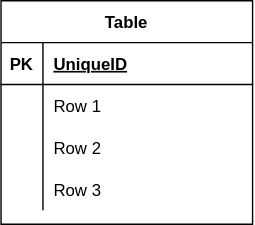
Before: Db-University.svg, a diagram exported from draw.io (Jomm95/db-university). Source tidied: cells renumbered, new cells last; positions are measured from the earlier drawing's top-left corner, leaving out a move shared by most shapes. Its diagram source:
```xml
<mxGraphModel>
  <root>
    <mxCell id="0" />
    <mxCell id="1" parent="0" />
    <mxCell id="2" value="Table" style="shape=table;startSize=30;rowLines=0;fontStyle=1;align=center;" parent="1" vertex="1">
      <mxGeometry width="180" height="160" as="geometry" />
    </mxCell>
    <mxCell id="3" style="shape=tableRow;horizontal=0;startSize=0;swimlaneHead=0;swimlaneBody=0;fillColor=none;top=0;left=0;right=0;bottom=1;" parent="2" vertex="1">
      <mxGeometry y="30" width="180" height="30" as="geometry" />
    </mxCell>
    <mxCell id="4" value="PK" style="shape=partialRectangle;fillColor=none;top=0;left=0;bottom=0;right=0;fontStyle=1;overflow=hidden;" parent="3" vertex="1">
      <mxGeometry width="30" height="30" as="geometry" />
    </mxCell>
    <mxCell id="5" value="UniqueID" style="shape=partialRectangle;fillColor=none;top=0;left=0;bottom=0;right=0;align=left;spacingLeft=6;fontStyle=5;overflow=hidden;" parent="3" vertex="1">
      <mxGeometry x="30" width="150" height="30" as="geometry" />
    </mxCell>
    <mxCell id="6" style="shape=tableRow;horizontal=0;startSize=0;swimlaneHead=0;swimlaneBody=0;fillColor=none;top=0;left=0;right=0;bottom=0;" parent="2" vertex="1">
      <mxGeometry y="60" width="180" height="30" as="geometry" />
    </mxCell>
    <mxCell id="7" style="shape=partialRectangle;fillColor=none;top=0;left=0;bottom=0;right=0;overflow=hidden;" parent="6" vertex="1">
      <mxGeometry width="30" height="30" as="geometry" />
    </mxCell>
    <mxCell id="8" value="Row 1" style="shape=partialRectangle;fillColor=none;top=0;left=0;bottom=0;right=0;align=left;spacingLeft=6;overflow=hidden;" parent="6" vertex="1">
      <mxGeometry x="30" width="150" height="30" as="geometry" />
    </mxCell>
    <mxCell id="9" style="shape=tableRow;horizontal=0;startSize=0;swimlaneHead=0;swimlaneBody=0;fillColor=none;top=0;left=0;right=0;bottom=0;" parent="2" vertex="1">
      <mxGeometry y="90" width="180" height="30" as="geometry" />
    </mxCell>
    <mxCell id="10" style="shape=partialRectangle;fillColor=none;top=0;left=0;bottom=0;right=0;overflow=hidden;" parent="9" vertex="1">
      <mxGeometry width="30" height="30" as="geometry" />
    </mxCell>
    <mxCell id="11" value="Row 2" style="shape=partialRectangle;fillColor=none;top=0;left=0;bottom=0;right=0;align=left;spacingLeft=6;overflow=hidden;" parent="9" vertex="1">
      <mxGeometry x="30" width="150" height="30" as="geometry" />
    </mxCell>
    <mxCell id="12" style="shape=tableRow;horizontal=0;startSize=0;swimlaneHead=0;swimlaneBody=0;fillColor=none;top=0;left=0;right=0;bottom=0;" parent="2" vertex="1">
      <mxGeometry y="120" width="180" height="30" as="geometry" />
    </mxCell>
    <mxCell id="13" style="shape=partialRectangle;fillColor=none;top=0;left=0;bottom=0;right=0;overflow=hidden;" parent="12" vertex="1">
      <mxGeometry width="30" height="30" as="geometry" />
    </mxCell>
    <mxCell id="14" value="Row 3" style="shape=partialRectangle;fillColor=none;top=0;left=0;bottom=0;right=0;align=left;spacingLeft=6;overflow=hidden;" parent="12" vertex="1">
      <mxGeometry x="30" width="150" height="30" as="geometry" />
    </mxCell>
  </root>
</mxGraphModel>
```
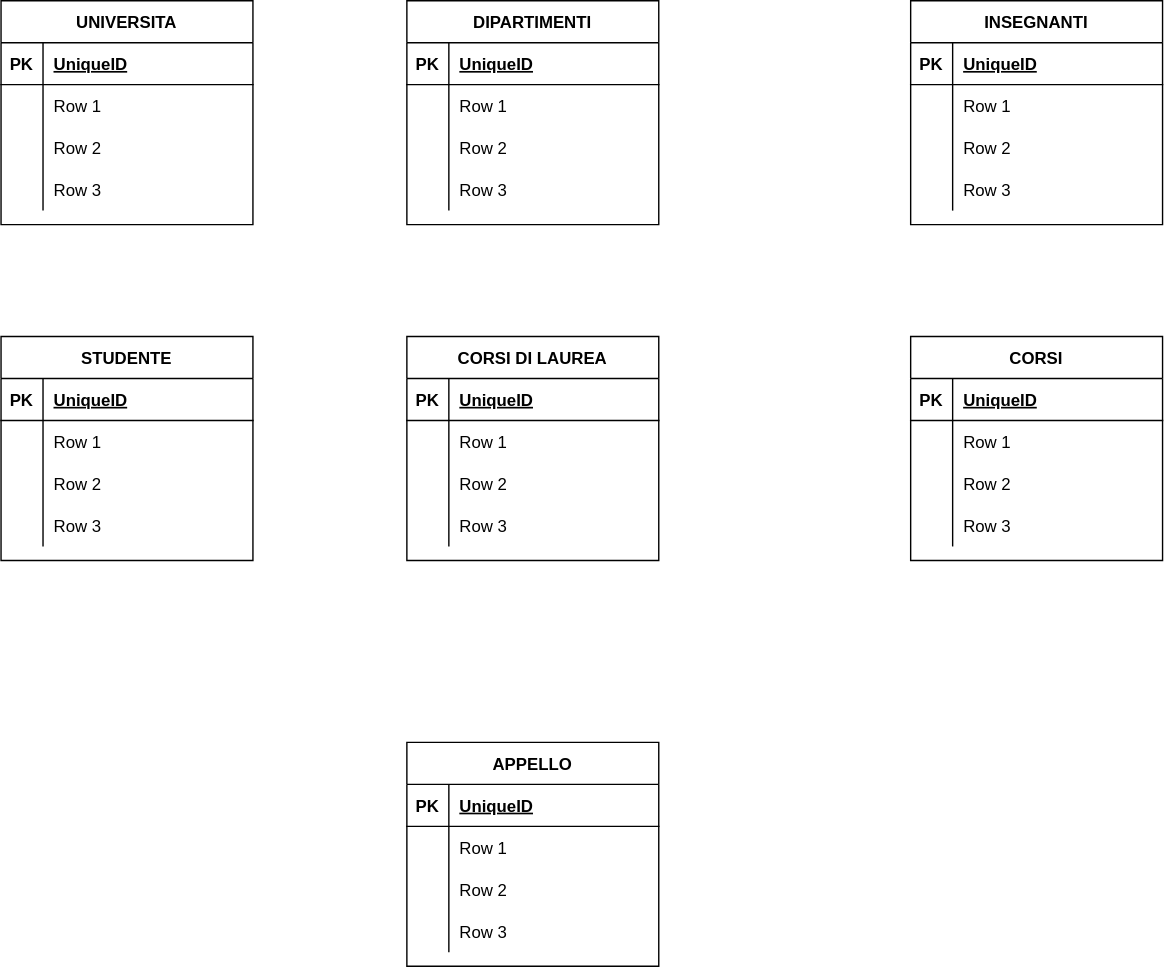
Above is the later version.

The edit, as a diff of the source:
```diff
@@ -2,7 +2,7 @@
   <root>
     <mxCell id="0" />
     <mxCell id="1" parent="0" />
-    <mxCell id="2" value="Table" style="shape=table;startSize=30;rowLines=0;fontStyle=1;align=center;" parent="1" vertex="1">
+    <mxCell id="2" value="CORSI DI LAUREA" style="shape=table;startSize=30;rowLines=0;fontStyle=1;align=center;" parent="1" vertex="1">
       <mxGeometry width="180" height="160" as="geometry" />
     </mxCell>
     <mxCell id="3" style="shape=tableRow;horizontal=0;startSize=0;swimlaneHead=0;swimlaneBody=0;fillColor=none;top=0;left=0;right=0;bottom=1;" parent="2" vertex="1">
@@ -41,5 +41,239 @@
     <mxCell id="14" value="Row 3" style="shape=partialRectangle;fillColor=none;top=0;left=0;bottom=0;right=0;align=left;spacingLeft=6;overflow=hidden;" parent="12" vertex="1">
       <mxGeometry x="30" width="150" height="30" as="geometry" />
     </mxCell>
+    <mxCell id="15" value="DIPARTIMENTI" style="shape=table;startSize=30;rowLines=0;fontStyle=1;align=center;" parent="1" vertex="1">
+      <mxGeometry y="-240" width="180" height="160" as="geometry" />
+    </mxCell>
+    <mxCell id="16" style="shape=tableRow;horizontal=0;startSize=0;swimlaneHead=0;swimlaneBody=0;fillColor=none;top=0;left=0;right=0;bottom=1;" parent="15" vertex="1">
+      <mxGeometry y="30" width="180" height="30" as="geometry" />
+    </mxCell>
+    <mxCell id="17" value="PK" style="shape=partialRectangle;fillColor=none;top=0;left=0;bottom=0;right=0;fontStyle=1;overflow=hidden;" parent="16" vertex="1">
+      <mxGeometry width="30" height="30" as="geometry" />
+    </mxCell>
+    <mxCell id="18" value="UniqueID" style="shape=partialRectangle;fillColor=none;top=0;left=0;bottom=0;right=0;align=left;spacingLeft=6;fontStyle=5;overflow=hidden;" parent="16" vertex="1">
+      <mxGeometry x="30" width="150" height="30" as="geometry" />
+    </mxCell>
+    <mxCell id="19" style="shape=tableRow;horizontal=0;startSize=0;swimlaneHead=0;swimlaneBody=0;fillColor=none;top=0;left=0;right=0;bottom=0;" parent="15" vertex="1">
+      <mxGeometry y="60" width="180" height="30" as="geometry" />
+    </mxCell>
+    <mxCell id="20" style="shape=partialRectangle;fillColor=none;top=0;left=0;bottom=0;right=0;overflow=hidden;" parent="19" vertex="1">
+      <mxGeometry width="30" height="30" as="geometry" />
+    </mxCell>
+    <mxCell id="21" value="Row 1" style="shape=partialRectangle;fillColor=none;top=0;left=0;bottom=0;right=0;align=left;spacingLeft=6;overflow=hidden;" parent="19" vertex="1">
+      <mxGeometry x="30" width="150" height="30" as="geometry" />
+    </mxCell>
+    <mxCell id="22" style="shape=tableRow;horizontal=0;startSize=0;swimlaneHead=0;swimlaneBody=0;fillColor=none;top=0;left=0;right=0;bottom=0;" parent="15" vertex="1">
+      <mxGeometry y="90" width="180" height="30" as="geometry" />
+    </mxCell>
+    <mxCell id="23" style="shape=partialRectangle;fillColor=none;top=0;left=0;bottom=0;right=0;overflow=hidden;" parent="22" vertex="1">
+      <mxGeometry width="30" height="30" as="geometry" />
+    </mxCell>
+    <mxCell id="24" value="Row 2" style="shape=partialRectangle;fillColor=none;top=0;left=0;bottom=0;right=0;align=left;spacingLeft=6;overflow=hidden;" parent="22" vertex="1">
+      <mxGeometry x="30" width="150" height="30" as="geometry" />
+    </mxCell>
+    <mxCell id="25" style="shape=tableRow;horizontal=0;startSize=0;swimlaneHead=0;swimlaneBody=0;fillColor=none;top=0;left=0;right=0;bottom=0;" parent="15" vertex="1">
+      <mxGeometry y="120" width="180" height="30" as="geometry" />
+    </mxCell>
+    <mxCell id="26" style="shape=partialRectangle;fillColor=none;top=0;left=0;bottom=0;right=0;overflow=hidden;" parent="25" vertex="1">
+      <mxGeometry width="30" height="30" as="geometry" />
+    </mxCell>
+    <mxCell id="27" value="Row 3" style="shape=partialRectangle;fillColor=none;top=0;left=0;bottom=0;right=0;align=left;spacingLeft=6;overflow=hidden;" parent="25" vertex="1">
+      <mxGeometry x="30" width="150" height="30" as="geometry" />
+    </mxCell>
+    <mxCell id="28" value="UNIVERSITA" style="shape=table;startSize=30;rowLines=0;fontStyle=1;align=center;" parent="1" vertex="1">
+      <mxGeometry x="-290" y="-240" width="180" height="160" as="geometry" />
+    </mxCell>
+    <mxCell id="29" style="shape=tableRow;horizontal=0;startSize=0;swimlaneHead=0;swimlaneBody=0;fillColor=none;top=0;left=0;right=0;bottom=1;" parent="28" vertex="1">
+      <mxGeometry y="30" width="180" height="30" as="geometry" />
+    </mxCell>
+    <mxCell id="30" value="PK" style="shape=partialRectangle;fillColor=none;top=0;left=0;bottom=0;right=0;fontStyle=1;overflow=hidden;" parent="29" vertex="1">
+      <mxGeometry width="30" height="30" as="geometry" />
+    </mxCell>
+    <mxCell id="31" value="UniqueID" style="shape=partialRectangle;fillColor=none;top=0;left=0;bottom=0;right=0;align=left;spacingLeft=6;fontStyle=5;overflow=hidden;" parent="29" vertex="1">
+      <mxGeometry x="30" width="150" height="30" as="geometry" />
+    </mxCell>
+    <mxCell id="32" style="shape=tableRow;horizontal=0;startSize=0;swimlaneHead=0;swimlaneBody=0;fillColor=none;top=0;left=0;right=0;bottom=0;" parent="28" vertex="1">
+      <mxGeometry y="60" width="180" height="30" as="geometry" />
+    </mxCell>
+    <mxCell id="33" style="shape=partialRectangle;fillColor=none;top=0;left=0;bottom=0;right=0;overflow=hidden;" parent="32" vertex="1">
+      <mxGeometry width="30" height="30" as="geometry" />
+    </mxCell>
+    <mxCell id="34" value="Row 1" style="shape=partialRectangle;fillColor=none;top=0;left=0;bottom=0;right=0;align=left;spacingLeft=6;overflow=hidden;" parent="32" vertex="1">
+      <mxGeometry x="30" width="150" height="30" as="geometry" />
+    </mxCell>
+    <mxCell id="35" style="shape=tableRow;horizontal=0;startSize=0;swimlaneHead=0;swimlaneBody=0;fillColor=none;top=0;left=0;right=0;bottom=0;" parent="28" vertex="1">
+      <mxGeometry y="90" width="180" height="30" as="geometry" />
+    </mxCell>
+    <mxCell id="36" style="shape=partialRectangle;fillColor=none;top=0;left=0;bottom=0;right=0;overflow=hidden;" parent="35" vertex="1">
+      <mxGeometry width="30" height="30" as="geometry" />
+    </mxCell>
+    <mxCell id="37" value="Row 2" style="shape=partialRectangle;fillColor=none;top=0;left=0;bottom=0;right=0;align=left;spacingLeft=6;overflow=hidden;" parent="35" vertex="1">
+      <mxGeometry x="30" width="150" height="30" as="geometry" />
+    </mxCell>
+    <mxCell id="38" style="shape=tableRow;horizontal=0;startSize=0;swimlaneHead=0;swimlaneBody=0;fillColor=none;top=0;left=0;right=0;bottom=0;" parent="28" vertex="1">
+      <mxGeometry y="120" width="180" height="30" as="geometry" />
+    </mxCell>
+    <mxCell id="39" style="shape=partialRectangle;fillColor=none;top=0;left=0;bottom=0;right=0;overflow=hidden;" parent="38" vertex="1">
+      <mxGeometry width="30" height="30" as="geometry" />
+    </mxCell>
+    <mxCell id="40" value="Row 3" style="shape=partialRectangle;fillColor=none;top=0;left=0;bottom=0;right=0;align=left;spacingLeft=6;overflow=hidden;" parent="38" vertex="1">
+      <mxGeometry x="30" width="150" height="30" as="geometry" />
+    </mxCell>
+    <mxCell id="41" value="CORSI" style="shape=table;startSize=30;rowLines=0;fontStyle=1;align=center;" parent="1" vertex="1">
+      <mxGeometry x="360" width="180" height="160" as="geometry" />
+    </mxCell>
+    <mxCell id="42" style="shape=tableRow;horizontal=0;startSize=0;swimlaneHead=0;swimlaneBody=0;fillColor=none;top=0;left=0;right=0;bottom=1;" parent="41" vertex="1">
+      <mxGeometry y="30" width="180" height="30" as="geometry" />
+    </mxCell>
+    <mxCell id="43" value="PK" style="shape=partialRectangle;fillColor=none;top=0;left=0;bottom=0;right=0;fontStyle=1;overflow=hidden;" parent="42" vertex="1">
+      <mxGeometry width="30" height="30" as="geometry" />
+    </mxCell>
+    <mxCell id="44" value="UniqueID" style="shape=partialRectangle;fillColor=none;top=0;left=0;bottom=0;right=0;align=left;spacingLeft=6;fontStyle=5;overflow=hidden;" parent="42" vertex="1">
+      <mxGeometry x="30" width="150" height="30" as="geometry" />
+    </mxCell>
+    <mxCell id="45" style="shape=tableRow;horizontal=0;startSize=0;swimlaneHead=0;swimlaneBody=0;fillColor=none;top=0;left=0;right=0;bottom=0;" parent="41" vertex="1">
+      <mxGeometry y="60" width="180" height="30" as="geometry" />
+    </mxCell>
+    <mxCell id="46" style="shape=partialRectangle;fillColor=none;top=0;left=0;bottom=0;right=0;overflow=hidden;" parent="45" vertex="1">
+      <mxGeometry width="30" height="30" as="geometry" />
+    </mxCell>
+    <mxCell id="47" value="Row 1" style="shape=partialRectangle;fillColor=none;top=0;left=0;bottom=0;right=0;align=left;spacingLeft=6;overflow=hidden;" parent="45" vertex="1">
+      <mxGeometry x="30" width="150" height="30" as="geometry" />
+    </mxCell>
+    <mxCell id="48" style="shape=tableRow;horizontal=0;startSize=0;swimlaneHead=0;swimlaneBody=0;fillColor=none;top=0;left=0;right=0;bottom=0;" parent="41" vertex="1">
+      <mxGeometry y="90" width="180" height="30" as="geometry" />
+    </mxCell>
+    <mxCell id="49" style="shape=partialRectangle;fillColor=none;top=0;left=0;bottom=0;right=0;overflow=hidden;" parent="48" vertex="1">
+      <mxGeometry width="30" height="30" as="geometry" />
+    </mxCell>
+    <mxCell id="50" value="Row 2" style="shape=partialRectangle;fillColor=none;top=0;left=0;bottom=0;right=0;align=left;spacingLeft=6;overflow=hidden;" parent="48" vertex="1">
+      <mxGeometry x="30" width="150" height="30" as="geometry" />
+    </mxCell>
+    <mxCell id="51" style="shape=tableRow;horizontal=0;startSize=0;swimlaneHead=0;swimlaneBody=0;fillColor=none;top=0;left=0;right=0;bottom=0;" parent="41" vertex="1">
+      <mxGeometry y="120" width="180" height="30" as="geometry" />
+    </mxCell>
+    <mxCell id="52" style="shape=partialRectangle;fillColor=none;top=0;left=0;bottom=0;right=0;overflow=hidden;" parent="51" vertex="1">
+      <mxGeometry width="30" height="30" as="geometry" />
+    </mxCell>
+    <mxCell id="53" value="Row 3" style="shape=partialRectangle;fillColor=none;top=0;left=0;bottom=0;right=0;align=left;spacingLeft=6;overflow=hidden;" parent="51" vertex="1">
+      <mxGeometry x="30" width="150" height="30" as="geometry" />
+    </mxCell>
+    <mxCell id="54" value="INSEGNANTI" style="shape=table;startSize=30;rowLines=0;fontStyle=1;align=center;" parent="1" vertex="1">
+      <mxGeometry x="360" y="-240" width="180" height="160" as="geometry" />
+    </mxCell>
+    <mxCell id="55" style="shape=tableRow;horizontal=0;startSize=0;swimlaneHead=0;swimlaneBody=0;fillColor=none;top=0;left=0;right=0;bottom=1;" parent="54" vertex="1">
+      <mxGeometry y="30" width="180" height="30" as="geometry" />
+    </mxCell>
+    <mxCell id="56" value="PK" style="shape=partialRectangle;fillColor=none;top=0;left=0;bottom=0;right=0;fontStyle=1;overflow=hidden;" parent="55" vertex="1">
+      <mxGeometry width="30" height="30" as="geometry" />
+    </mxCell>
+    <mxCell id="57" value="UniqueID" style="shape=partialRectangle;fillColor=none;top=0;left=0;bottom=0;right=0;align=left;spacingLeft=6;fontStyle=5;overflow=hidden;" parent="55" vertex="1">
+      <mxGeometry x="30" width="150" height="30" as="geometry" />
+    </mxCell>
+    <mxCell id="58" style="shape=tableRow;horizontal=0;startSize=0;swimlaneHead=0;swimlaneBody=0;fillColor=none;top=0;left=0;right=0;bottom=0;" parent="54" vertex="1">
+      <mxGeometry y="60" width="180" height="30" as="geometry" />
+    </mxCell>
+    <mxCell id="59" style="shape=partialRectangle;fillColor=none;top=0;left=0;bottom=0;right=0;overflow=hidden;" parent="58" vertex="1">
+      <mxGeometry width="30" height="30" as="geometry" />
+    </mxCell>
+    <mxCell id="60" value="Row 1" style="shape=partialRectangle;fillColor=none;top=0;left=0;bottom=0;right=0;align=left;spacingLeft=6;overflow=hidden;" parent="58" vertex="1">
+      <mxGeometry x="30" width="150" height="30" as="geometry" />
+    </mxCell>
+    <mxCell id="61" style="shape=tableRow;horizontal=0;startSize=0;swimlaneHead=0;swimlaneBody=0;fillColor=none;top=0;left=0;right=0;bottom=0;" parent="54" vertex="1">
+      <mxGeometry y="90" width="180" height="30" as="geometry" />
+    </mxCell>
+    <mxCell id="62" style="shape=partialRectangle;fillColor=none;top=0;left=0;bottom=0;right=0;overflow=hidden;" parent="61" vertex="1">
+      <mxGeometry width="30" height="30" as="geometry" />
+    </mxCell>
+    <mxCell id="63" value="Row 2" style="shape=partialRectangle;fillColor=none;top=0;left=0;bottom=0;right=0;align=left;spacingLeft=6;overflow=hidden;" parent="61" vertex="1">
+      <mxGeometry x="30" width="150" height="30" as="geometry" />
+    </mxCell>
+    <mxCell id="64" style="shape=tableRow;horizontal=0;startSize=0;swimlaneHead=0;swimlaneBody=0;fillColor=none;top=0;left=0;right=0;bottom=0;" parent="54" vertex="1">
+      <mxGeometry y="120" width="180" height="30" as="geometry" />
+    </mxCell>
+    <mxCell id="65" style="shape=partialRectangle;fillColor=none;top=0;left=0;bottom=0;right=0;overflow=hidden;" parent="64" vertex="1">
+      <mxGeometry width="30" height="30" as="geometry" />
+    </mxCell>
+    <mxCell id="66" value="Row 3" style="shape=partialRectangle;fillColor=none;top=0;left=0;bottom=0;right=0;align=left;spacingLeft=6;overflow=hidden;" parent="64" vertex="1">
+      <mxGeometry x="30" width="150" height="30" as="geometry" />
+    </mxCell>
+    <mxCell id="67" value="STUDENTE" style="shape=table;startSize=30;rowLines=0;fontStyle=1;align=center;" parent="1" vertex="1">
+      <mxGeometry x="-290" width="180" height="160" as="geometry" />
+    </mxCell>
+    <mxCell id="68" style="shape=tableRow;horizontal=0;startSize=0;swimlaneHead=0;swimlaneBody=0;fillColor=none;top=0;left=0;right=0;bottom=1;" parent="67" vertex="1">
+      <mxGeometry y="30" width="180" height="30" as="geometry" />
+    </mxCell>
+    <mxCell id="69" value="PK" style="shape=partialRectangle;fillColor=none;top=0;left=0;bottom=0;right=0;fontStyle=1;overflow=hidden;" parent="68" vertex="1">
+      <mxGeometry width="30" height="30" as="geometry" />
+    </mxCell>
+    <mxCell id="70" value="UniqueID" style="shape=partialRectangle;fillColor=none;top=0;left=0;bottom=0;right=0;align=left;spacingLeft=6;fontStyle=5;overflow=hidden;" parent="68" vertex="1">
+      <mxGeometry x="30" width="150" height="30" as="geometry" />
+    </mxCell>
+    <mxCell id="71" style="shape=tableRow;horizontal=0;startSize=0;swimlaneHead=0;swimlaneBody=0;fillColor=none;top=0;left=0;right=0;bottom=0;" parent="67" vertex="1">
+      <mxGeometry y="60" width="180" height="30" as="geometry" />
+    </mxCell>
+    <mxCell id="72" style="shape=partialRectangle;fillColor=none;top=0;left=0;bottom=0;right=0;overflow=hidden;" parent="71" vertex="1">
+      <mxGeometry width="30" height="30" as="geometry" />
+    </mxCell>
+    <mxCell id="73" value="Row 1" style="shape=partialRectangle;fillColor=none;top=0;left=0;bottom=0;right=0;align=left;spacingLeft=6;overflow=hidden;" parent="71" vertex="1">
+      <mxGeometry x="30" width="150" height="30" as="geometry" />
+    </mxCell>
+    <mxCell id="74" style="shape=tableRow;horizontal=0;startSize=0;swimlaneHead=0;swimlaneBody=0;fillColor=none;top=0;left=0;right=0;bottom=0;" parent="67" vertex="1">
+      <mxGeometry y="90" width="180" height="30" as="geometry" />
+    </mxCell>
+    <mxCell id="75" style="shape=partialRectangle;fillColor=none;top=0;left=0;bottom=0;right=0;overflow=hidden;" parent="74" vertex="1">
+      <mxGeometry width="30" height="30" as="geometry" />
+    </mxCell>
+    <mxCell id="76" value="Row 2" style="shape=partialRectangle;fillColor=none;top=0;left=0;bottom=0;right=0;align=left;spacingLeft=6;overflow=hidden;" parent="74" vertex="1">
+      <mxGeometry x="30" width="150" height="30" as="geometry" />
+    </mxCell>
+    <mxCell id="77" style="shape=tableRow;horizontal=0;startSize=0;swimlaneHead=0;swimlaneBody=0;fillColor=none;top=0;left=0;right=0;bottom=0;" parent="67" vertex="1">
+      <mxGeometry y="120" width="180" height="30" as="geometry" />
+    </mxCell>
+    <mxCell id="78" style="shape=partialRectangle;fillColor=none;top=0;left=0;bottom=0;right=0;overflow=hidden;" parent="77" vertex="1">
+      <mxGeometry width="30" height="30" as="geometry" />
+    </mxCell>
+    <mxCell id="79" value="Row 3" style="shape=partialRectangle;fillColor=none;top=0;left=0;bottom=0;right=0;align=left;spacingLeft=6;overflow=hidden;" parent="77" vertex="1">
+      <mxGeometry x="30" width="150" height="30" as="geometry" />
+    </mxCell>
+    <mxCell id="80" value="APPELLO" style="shape=table;startSize=30;rowLines=0;fontStyle=1;align=center;" parent="1" vertex="1">
+      <mxGeometry y="290" width="180" height="160" as="geometry" />
+    </mxCell>
+    <mxCell id="81" style="shape=tableRow;horizontal=0;startSize=0;swimlaneHead=0;swimlaneBody=0;fillColor=none;top=0;left=0;right=0;bottom=1;" parent="80" vertex="1">
+      <mxGeometry y="30" width="180" height="30" as="geometry" />
+    </mxCell>
+    <mxCell id="82" value="PK" style="shape=partialRectangle;fillColor=none;top=0;left=0;bottom=0;right=0;fontStyle=1;overflow=hidden;" parent="81" vertex="1">
+      <mxGeometry width="30" height="30" as="geometry" />
+    </mxCell>
+    <mxCell id="83" value="UniqueID" style="shape=partialRectangle;fillColor=none;top=0;left=0;bottom=0;right=0;align=left;spacingLeft=6;fontStyle=5;overflow=hidden;" parent="81" vertex="1">
+      <mxGeometry x="30" width="150" height="30" as="geometry" />
+    </mxCell>
+    <mxCell id="84" style="shape=tableRow;horizontal=0;startSize=0;swimlaneHead=0;swimlaneBody=0;fillColor=none;top=0;left=0;right=0;bottom=0;" parent="80" vertex="1">
+      <mxGeometry y="60" width="180" height="30" as="geometry" />
+    </mxCell>
+    <mxCell id="85" style="shape=partialRectangle;fillColor=none;top=0;left=0;bottom=0;right=0;overflow=hidden;" parent="84" vertex="1">
+      <mxGeometry width="30" height="30" as="geometry" />
+    </mxCell>
+    <mxCell id="86" value="Row 1" style="shape=partialRectangle;fillColor=none;top=0;left=0;bottom=0;right=0;align=left;spacingLeft=6;overflow=hidden;" parent="84" vertex="1">
+      <mxGeometry x="30" width="150" height="30" as="geometry" />
+    </mxCell>
+    <mxCell id="87" style="shape=tableRow;horizontal=0;startSize=0;swimlaneHead=0;swimlaneBody=0;fillColor=none;top=0;left=0;right=0;bottom=0;" parent="80" vertex="1">
+      <mxGeometry y="90" width="180" height="30" as="geometry" />
+    </mxCell>
+    <mxCell id="88" style="shape=partialRectangle;fillColor=none;top=0;left=0;bottom=0;right=0;overflow=hidden;" parent="87" vertex="1">
+      <mxGeometry width="30" height="30" as="geometry" />
+    </mxCell>
+    <mxCell id="89" value="Row 2" style="shape=partialRectangle;fillColor=none;top=0;left=0;bottom=0;right=0;align=left;spacingLeft=6;overflow=hidden;" parent="87" vertex="1">
+      <mxGeometry x="30" width="150" height="30" as="geometry" />
+    </mxCell>
+    <mxCell id="90" style="shape=tableRow;horizontal=0;startSize=0;swimlaneHead=0;swimlaneBody=0;fillColor=none;top=0;left=0;right=0;bottom=0;" parent="80" vertex="1">
+      <mxGeometry y="120" width="180" height="30" as="geometry" />
+    </mxCell>
+    <mxCell id="91" style="shape=partialRectangle;fillColor=none;top=0;left=0;bottom=0;right=0;overflow=hidden;" parent="90" vertex="1">
+      <mxGeometry width="30" height="30" as="geometry" />
+    </mxCell>
+    <mxCell id="92" value="Row 3" style="shape=partialRectangle;fillColor=none;top=0;left=0;bottom=0;right=0;align=left;spacingLeft=6;overflow=hidden;" parent="90" vertex="1">
+      <mxGeometry x="30" width="150" height="30" as="geometry" />
+    </mxCell>
   </root>
 </mxGraphModel>
```
